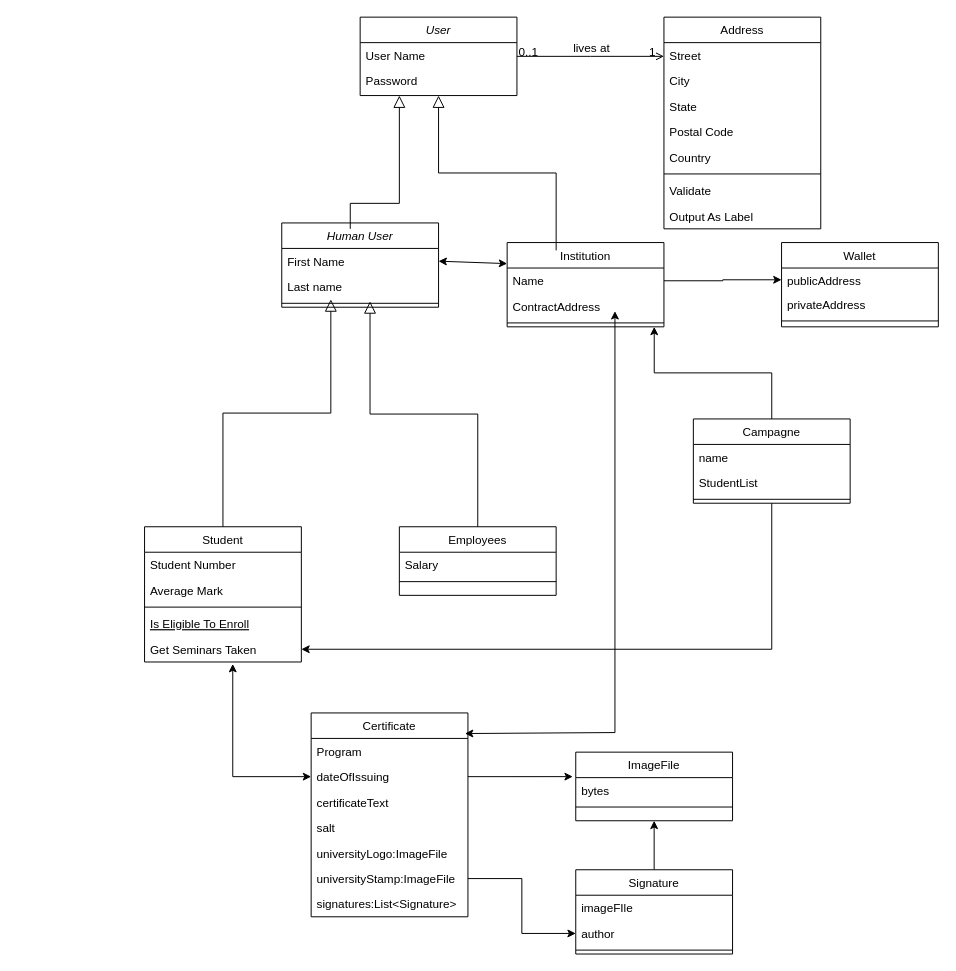
The draw.io diagram diagram.drawio in momolakeit/certChain, before the edit. Source tidied: cells renumbered, new cells numbered last; positions are measured from the earlier drawing's top-left corner, leaving out a move shared by most shapes. Both pictures are drawn from the tidied source at 98%, with x=0, y=0 at pixel (144, 17).
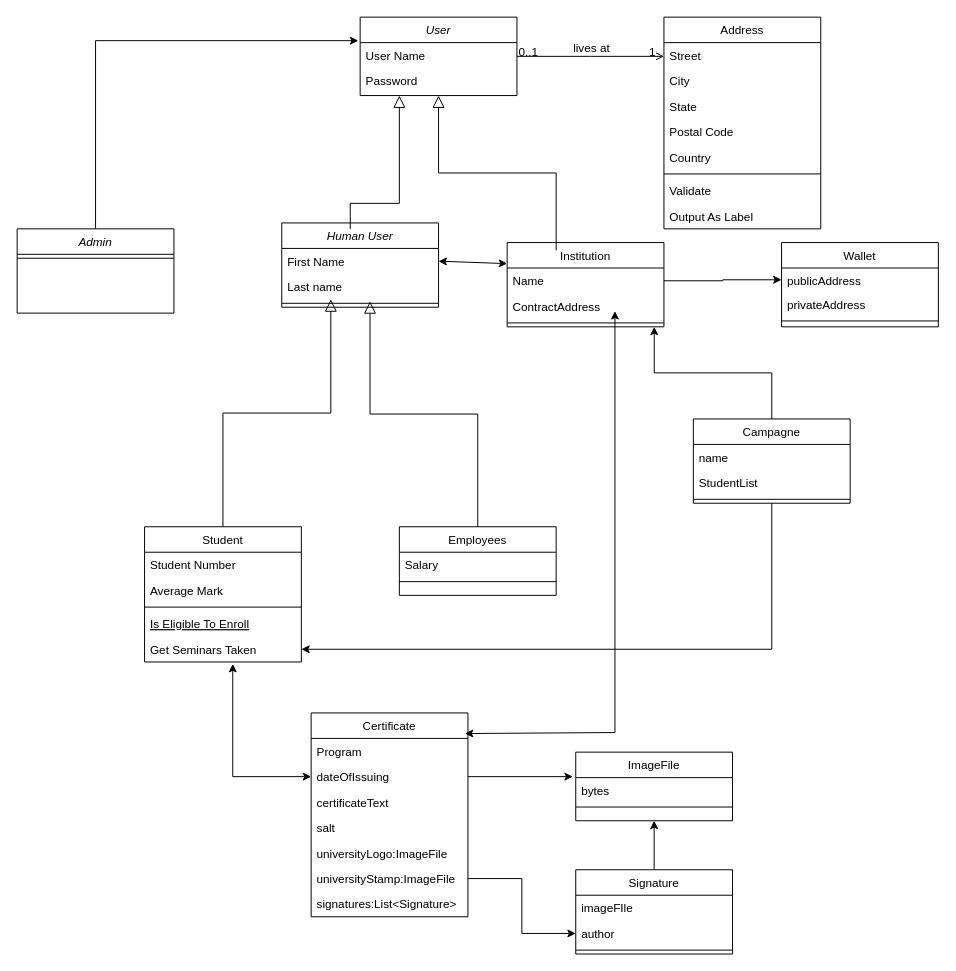
Above is the later version.

The change refers to these unchanged cells:
```xml
<mxCell id="3" value="User Name" style="text;align=left;verticalAlign=top;spacingLeft=4;spacingRight=4;overflow=hidden;points=[[0,0.5],[1,0.5]];portConstraint=eastwest;rounded=0;shadow=0;html=0;" parent="2" vertex="1">
  <mxGeometry y="26" width="160" height="26" as="geometry" />
</mxCell>
```

What changed in the source:
```diff
@@
+    <mxCell id="71" style="edgeStyle=orthogonalEdgeStyle;rounded=0;jettySize=auto;html=1;entryX=-0.012;entryY=-0.077;entryDx=0;entryDy=0;entryPerimeter=0;" parent="1" edge="1" source="72" target="3">
+      <mxGeometry relative="1" as="geometry" />
+    </mxCell>
+    <mxCell id="72" value="Admin" style="swimlane;fontStyle=2;align=center;verticalAlign=top;horizontal=1;startSize=26;rounded=0;shadow=0;strokeWidth=1;" parent="1" vertex="1">
+      <mxGeometry x="-130" y="216" width="160" height="86" as="geometry" />
+    </mxCell>
+    <mxCell id="73" style="line;html=1;strokeWidth=1;align=left;verticalAlign=middle;spacingTop=-1;spacingLeft=3;spacingRight=3;labelPosition=right;" parent="72" vertex="1">
+      <mxGeometry y="26" width="160" height="8" as="geometry" />
+    </mxCell>
```
